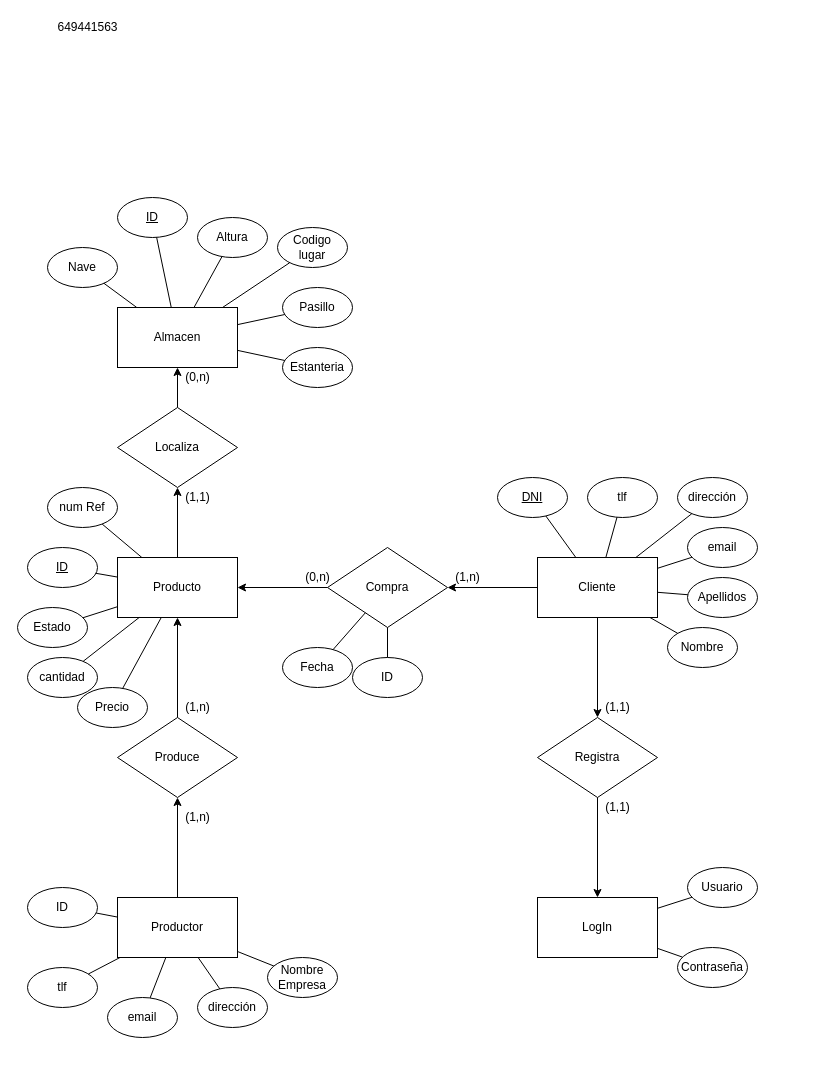
Before: PFC/MERE_PFC.drawio in Xandre18/Proyectos, a draw.io diagram. Source tidied: cells renumbered, new cells numbered last; positions are measured from the earlier drawing's top-left corner, leaving out a move shared by most shapes. Both pictures are drawn from the tidied source at 100%, with x=0, y=0 at pixel (17, 17).
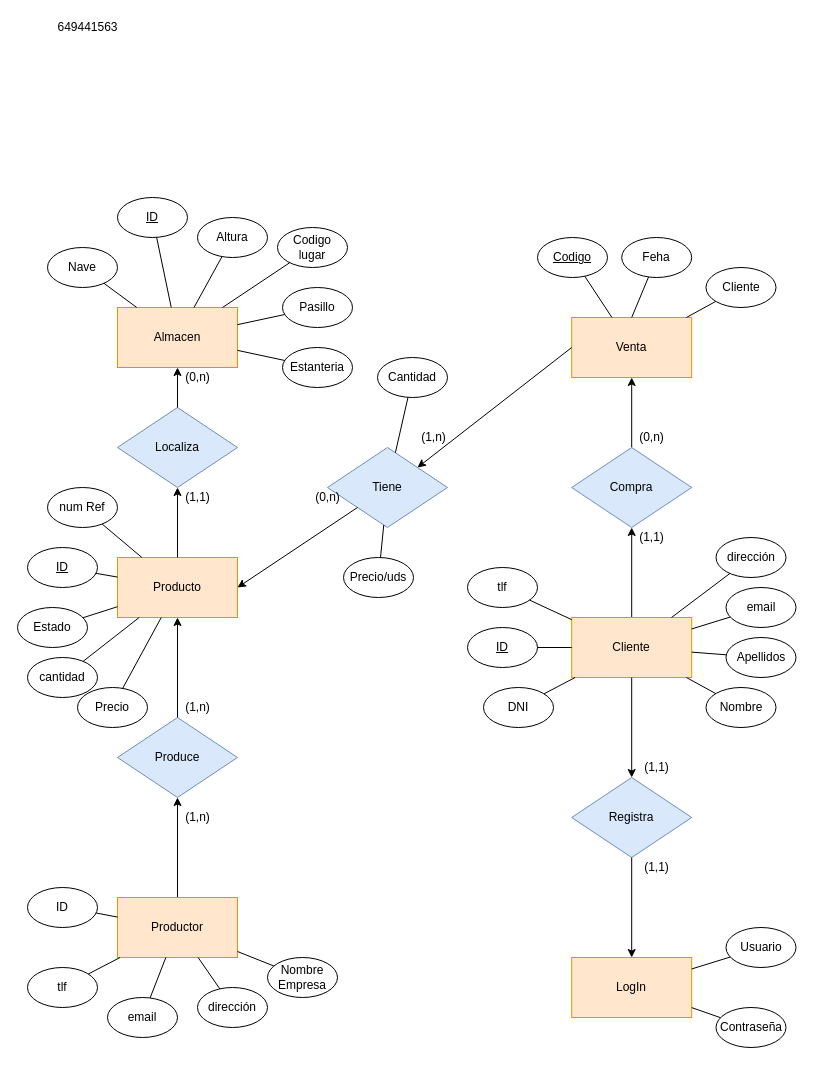
Above is the later version.

Commit message (it also covers changes not shown here):
Actualizacion de mere y añadido los requisitos

Diff of the diagram source:
```diff
@@
-    <mxCell id="2" value="Producto" style="rounded=0;whiteSpace=wrap;html=1;" parent="1" vertex="1">
+    <mxCell id="2" value="Producto" style="rounded=0;whiteSpace=wrap;html=1;fillColor=#ffe6cc;strokeColor=#d79b00;" parent="1" vertex="1">
       <mxGeometry x="100" y="540" width="120" height="60" as="geometry" />
     </mxCell>
@@
-    <mxCell id="11" value="Compra" style="rhombus;whiteSpace=wrap;html=1;" parent="1" vertex="1">
-      <mxGeometry x="310" y="530" width="120" height="80" as="geometry" />
+    <mxCell id="11" value="Tiene" style="rhombus;whiteSpace=wrap;html=1;fillColor=#dae8fc;strokeColor=#6c8ebf;" parent="1" vertex="1">
+      <mxGeometry x="310" y="430" width="120" height="80" as="geometry" />
     </mxCell>
+    <mxCell id="80" style="edgeStyle=orthogonalEdgeStyle;rounded=0;jettySize=auto;html=1;entryX=0.5;entryY=1;entryDx=0;entryDy=0;" parent="1" edge="1" source="12" target="86">
+      <mxGeometry relative="1" as="geometry" />
+    </mxCell>
-    <mxCell id="12" value="Cliente" style="rounded=0;whiteSpace=wrap;html=1;" parent="1" vertex="1">
-      <mxGeometry x="520" y="540" width="120" height="60" as="geometry" />
+    <mxCell id="12" value="Cliente" style="rounded=0;whiteSpace=wrap;html=1;fillColor=#ffe6cc;strokeColor=#d79b00;" parent="1" vertex="1">
+      <mxGeometry x="554.2" y="600" width="120" height="60" as="geometry" />
     </mxCell>
-    <mxCell id="13" style="endArrow=classic;html=1;rounded=0;entryX=1;entryY=0.5;entryDx=0;entryDy=0;exitX=0;exitY=0.5;exitDx=0;exitDy=0;" parent="1" edge="1" source="11" target="2">
+    <mxCell id="13" style="endArrow=classic;html=1;rounded=0;entryX=1;entryY=0.5;entryDx=0;entryDy=0;" parent="1" edge="1" source="11" target="2">
       <mxGeometry relative="1" as="geometry" />
     </mxCell>
-    <mxCell id="14" style="endArrow=classic;html=1;rounded=0;entryX=1;entryY=0.5;entryDx=0;entryDy=0;" parent="1" edge="1" source="12" target="11">
-      <mxGeometry relative="1" as="geometry" />
-    </mxCell>
-    <mxCell id="15" value="&lt;u&gt;DNI&lt;/u&gt;" style="ellipse;whiteSpace=wrap;html=1;" parent="1" vertex="1">
-      <mxGeometry x="480" y="460" width="70" height="40" as="geometry" />
+    <mxCell id="15" value="&lt;u&gt;ID&lt;/u&gt;" style="ellipse;whiteSpace=wrap;html=1;" parent="1" vertex="1">
+      <mxGeometry x="450" y="610" width="70" height="40" as="geometry" />
     </mxCell>
     <mxCell id="16" value="tlf" style="ellipse;whiteSpace=wrap;html=1;" parent="1" vertex="1">
-      <mxGeometry x="570" y="460" width="70" height="40" as="geometry" />
+      <mxGeometry x="450" y="550" width="70" height="40" as="geometry" />
     </mxCell>
     <mxCell id="17" value="dirección" style="ellipse;whiteSpace=wrap;html=1;" parent="1" vertex="1">
-      <mxGeometry x="660" y="460" width="70" height="40" as="geometry" />
+      <mxGeometry x="698.5" y="520" width="70" height="40" as="geometry" />
     </mxCell>
     <mxCell id="18" value="email" style="ellipse;whiteSpace=wrap;html=1;" parent="1" vertex="1">
-      <mxGeometry x="670" y="510" width="70" height="40" as="geometry" />
+      <mxGeometry x="708.5" y="570" width="70" height="40" as="geometry" />
     </mxCell>
     <mxCell id="19" value="Nombre" style="ellipse;whiteSpace=wrap;html=1;" parent="1" vertex="1">
-      <mxGeometry x="650" y="610" width="70" height="40" as="geometry" />
+      <mxGeometry x="688.5" y="670" width="70" height="40" as="geometry" />
     </mxCell>
     <mxCell id="20" value="Apellidos" style="ellipse;whiteSpace=wrap;html=1;" parent="1" vertex="1">
-      <mxGeometry x="670" y="560" width="70" height="40" as="geometry" />
+      <mxGeometry x="708.5" y="620" width="70" height="40" as="geometry" />
     </mxCell>
@@
-    <mxCell id="28" value="Produce" style="rhombus;whiteSpace=wrap;html=1;" parent="1" vertex="1">
+    <mxCell id="28" value="Produce" style="rhombus;whiteSpace=wrap;html=1;fillColor=#dae8fc;strokeColor=#6c8ebf;" parent="1" vertex="1">
       <mxGeometry x="100" y="700" width="120" height="80" as="geometry" />
     </mxCell>
@@
-    <mxCell id="31" value="Productor" style="rounded=0;whiteSpace=wrap;html=1;" parent="1" vertex="1">
+    <mxCell id="31" value="Productor" style="rounded=0;whiteSpace=wrap;html=1;fillColor=#ffe6cc;strokeColor=#d79b00;" parent="1" vertex="1">
       <mxGeometry x="100" y="880" width="120" height="60" as="geometry" />
     </mxCell>
@@
-    <mxCell id="42" value="(0,n)" style="text;html=1;align=center;verticalAlign=middle;strokeColor=none;fillColor=none;" parent="1" vertex="1">
-      <mxGeometry x="280" y="550" width="40" height="20" as="geometry" />
-    </mxCell>
-    <mxCell id="43" value="(1,n)" style="text;html=1;align=center;verticalAlign=middle;strokeColor=none;fillColor=none;" parent="1" vertex="1">
-      <mxGeometry x="430" y="550" width="40" height="20" as="geometry" />
-    </mxCell>
@@
-    <mxCell id="46" value="Fecha" style="ellipse;whiteSpace=wrap;html=1;" parent="1" vertex="1">
-      <mxGeometry x="265" y="630" width="70" height="40" as="geometry" />
-    </mxCell>
@@
-    <mxCell id="49" style="endArrow=none;html=1;rounded=0;" parent="1" edge="1" source="46" target="11">
-      <mxGeometry relative="1" as="geometry" />
-    </mxCell>
-    <mxCell id="50" value="ID" style="ellipse;whiteSpace=wrap;html=1;" parent="1" vertex="1">
-      <mxGeometry x="335" y="640" width="70" height="40" as="geometry" />
-    </mxCell>
-    <mxCell id="51" style="endArrow=none;html=1;rounded=0;" parent="1" edge="1" source="50" target="11">
-      <mxGeometry relative="1" as="geometry" />
-    </mxCell>
-    <mxCell id="52" value="Almacen" style="rounded=0;whiteSpace=wrap;html=1;" parent="1" vertex="1">
+    <mxCell id="52" value="Almacen" style="rounded=0;whiteSpace=wrap;html=1;fillColor=#ffe6cc;strokeColor=#d79b00;" parent="1" vertex="1">
       <mxGeometry x="100" y="290" width="120" height="60" as="geometry" />
     </mxCell>
@@
-    <mxCell id="65" value="Localiza" style="rhombus;whiteSpace=wrap;html=1;" parent="1" vertex="1">
+    <mxCell id="65" value="Localiza" style="rhombus;whiteSpace=wrap;html=1;fillColor=#dae8fc;strokeColor=#6c8ebf;" parent="1" vertex="1">
       <mxGeometry x="100" y="390" width="120" height="80" as="geometry" />
     </mxCell>
@@
-    <mxCell id="70" value="Registra" style="rhombus;whiteSpace=wrap;html=1;" parent="1" vertex="1">
-      <mxGeometry x="520" y="700" width="120" height="80" as="geometry" />
+    <mxCell id="70" value="Registra" style="rhombus;whiteSpace=wrap;html=1;fillColor=#dae8fc;strokeColor=#6c8ebf;" parent="1" vertex="1">
+      <mxGeometry x="554.2" y="760" width="120" height="80" as="geometry" />
     </mxCell>
-    <mxCell id="71" value="LogIn" style="rounded=0;whiteSpace=wrap;html=1;" parent="1" vertex="1">
-      <mxGeometry x="520" y="880" width="120" height="60" as="geometry" />
+    <mxCell id="71" value="LogIn" style="rounded=0;whiteSpace=wrap;html=1;fillColor=#ffe6cc;strokeColor=#d79b00;" parent="1" vertex="1">
+      <mxGeometry x="554.2" y="940" width="120" height="60" as="geometry" />
     </mxCell>
@@
     <mxCell id="74" value="Usuario" style="ellipse;whiteSpace=wrap;html=1;" parent="1" vertex="1">
-      <mxGeometry x="670" y="850" width="70" height="40" as="geometry" />
+      <mxGeometry x="708.5" y="910" width="70" height="40" as="geometry" />
     </mxCell>
     <mxCell id="75" value="Contraseña" style="ellipse;whiteSpace=wrap;html=1;" parent="1" vertex="1">
-      <mxGeometry x="660" y="930" width="70" height="40" as="geometry" />
+      <mxGeometry x="698.5" y="990" width="70" height="40" as="geometry" />
     </mxCell>
@@
     <mxCell id="78" value="(1,1)" style="text;html=1;align=center;verticalAlign=middle;strokeColor=none;fillColor=none;" parent="1" vertex="1">
-      <mxGeometry x="580" y="680" width="40" height="20" as="geometry" />
+      <mxGeometry x="618.5" y="740" width="40" height="20" as="geometry" />
     </mxCell>
     <mxCell id="79" value="(1,1)" style="text;html=1;align=center;verticalAlign=middle;strokeColor=none;fillColor=none;" parent="1" vertex="1">
-      <mxGeometry x="580" y="780" width="40" height="20" as="geometry" />
+      <mxGeometry x="618.5" y="840" width="40" height="20" as="geometry" />
     </mxCell>
+    <mxCell id="81" value="DNI" style="ellipse;whiteSpace=wrap;html=1;" parent="1" vertex="1">
+      <mxGeometry x="466" y="670" width="70" height="40" as="geometry" />
+    </mxCell>
+    <mxCell id="82" style="endArrow=none;html=1;rounded=0;" parent="1" edge="1" source="81" target="12">
+      <mxGeometry relative="1" as="geometry" />
+    </mxCell>
+    <mxCell id="83" value="Venta" style="rounded=0;whiteSpace=wrap;html=1;fillColor=#ffe6cc;strokeColor=#d79b00;" parent="1" vertex="1">
+      <mxGeometry x="554.2" y="300" width="120" height="60" as="geometry" />
+    </mxCell>
+    <mxCell id="84" style="endArrow=classic;html=1;rounded=0;entryX=1;entryY=0;entryDx=0;entryDy=0;exitX=0;exitY=0.5;exitDx=0;exitDy=0;" parent="1" edge="1" source="83" target="11">
+      <mxGeometry relative="1" as="geometry" />
+    </mxCell>
+    <mxCell id="85" style="edgeStyle=orthogonalEdgeStyle;rounded=0;jettySize=auto;html=1;" parent="1" edge="1" source="86" target="83">
+      <mxGeometry relative="1" as="geometry" />
+    </mxCell>
+    <mxCell id="86" value="Compra" style="rhombus;whiteSpace=wrap;html=1;fillColor=#dae8fc;strokeColor=#6c8ebf;" parent="1" vertex="1">
+      <mxGeometry x="554.2" y="430" width="120" height="80" as="geometry" />
+    </mxCell>
+    <mxCell id="87" value="(1,1)" style="text;html=1;align=center;verticalAlign=middle;strokeColor=none;fillColor=none;" parent="1" vertex="1">
+      <mxGeometry x="614.2" y="510" width="40" height="20" as="geometry" />
+    </mxCell>
+    <mxCell id="88" value="(0,n)" style="text;html=1;align=center;verticalAlign=middle;strokeColor=none;fillColor=none;" parent="1" vertex="1">
+      <mxGeometry x="614.2" y="410" width="40" height="20" as="geometry" />
+    </mxCell>
+    <mxCell id="43" value="(1,n)" style="text;html=1;align=center;verticalAlign=middle;strokeColor=none;fillColor=none;" parent="1" vertex="1">
+      <mxGeometry x="396" y="410" width="40" height="20" as="geometry" />
+    </mxCell>
+    <mxCell id="89" value="(0,n)" style="text;html=1;align=center;verticalAlign=middle;strokeColor=none;fillColor=none;" parent="1" vertex="1">
+      <mxGeometry x="290" y="470" width="40" height="20" as="geometry" />
+    </mxCell>
+    <mxCell id="90" value="Precio/uds" style="ellipse;whiteSpace=wrap;html=1;" parent="1" vertex="1">
+      <mxGeometry x="326" y="540" width="70" height="40" as="geometry" />
+    </mxCell>
+    <mxCell id="91" value="Cantidad" style="ellipse;whiteSpace=wrap;html=1;" parent="1" vertex="1">
+      <mxGeometry x="360" y="340" width="70" height="40" as="geometry" />
+    </mxCell>
+    <mxCell id="92" style="endArrow=none;html=1;rounded=0;" parent="1" edge="1" source="11" target="90">
+      <mxGeometry relative="1" as="geometry" />
+    </mxCell>
+    <mxCell id="93" style="endArrow=none;html=1;rounded=0;" parent="1" edge="1" source="11" target="91">
+      <mxGeometry relative="1" as="geometry" />
+    </mxCell>
+    <mxCell id="94" value="&lt;u&gt;Codigo&lt;/u&gt;" style="ellipse;whiteSpace=wrap;html=1;" parent="1" vertex="1">
+      <mxGeometry x="520" y="220" width="70" height="40" as="geometry" />
+    </mxCell>
+    <mxCell id="95" value="Feha" style="ellipse;whiteSpace=wrap;html=1;" parent="1" vertex="1">
+      <mxGeometry x="604.2" y="220" width="70" height="40" as="geometry" />
+    </mxCell>
+    <mxCell id="96" value="Cliente" style="ellipse;whiteSpace=wrap;html=1;" parent="1" vertex="1">
+      <mxGeometry x="688.5" y="250" width="70" height="40" as="geometry" />
+    </mxCell>
+    <mxCell id="97" style="endArrow=none;html=1;rounded=0;" parent="1" edge="1" source="83" target="94">
+      <mxGeometry relative="1" as="geometry" />
+    </mxCell>
+    <mxCell id="98" style="endArrow=none;html=1;rounded=0;" parent="1" edge="1" source="83" target="96">
+      <mxGeometry relative="1" as="geometry" />
+    </mxCell>
+    <mxCell id="99" style="endArrow=none;html=1;rounded=0;exitX=0.5;exitY=0;exitDx=0;exitDy=0;" parent="1" edge="1" source="83" target="95">
+      <mxGeometry relative="1" as="geometry" />
+    </mxCell>
```
